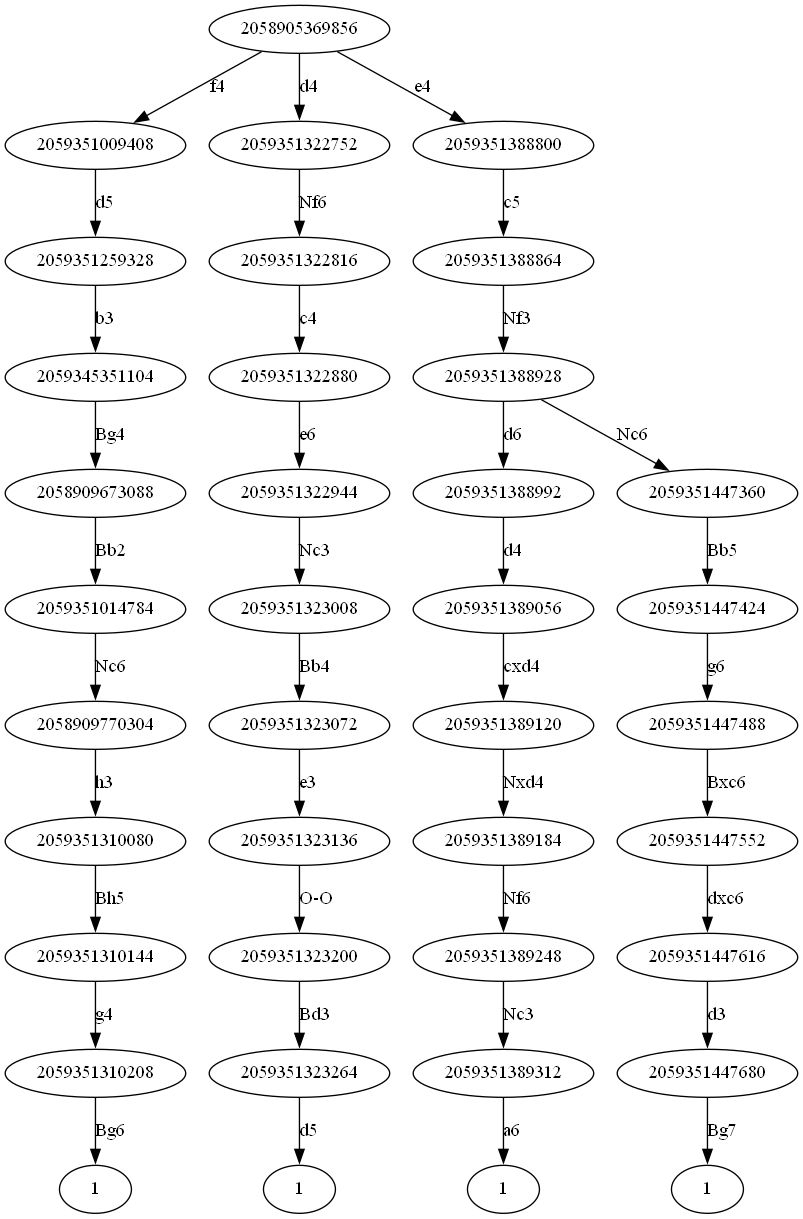
Earlier version of the Graphviz export tree.png (andreasolborg/stockfish-analyzer). Its source is kept beside it as tree.dot.
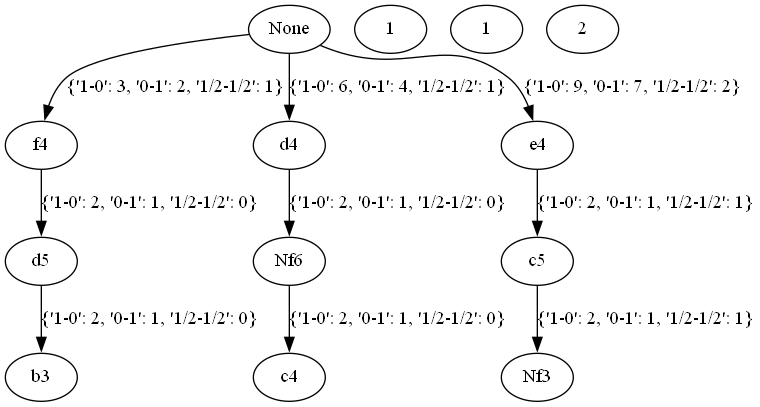
After the commit.

What changed in the source:
```diff
@@ -1,43 +1,14 @@
 digraph G {
-2058905369856 -> 2059351009408 [label="f4"]
-2059351009408 -> 2059351259328 [label="d5"]
-2059351259328 -> 2059345351104 [label="b3"]
-2059345351104 -> 2058909673088 [label="Bg4"]
-2058909673088 -> 2059351014784 [label="Bb2"]
-2059351014784 -> 2058909770304 [label="Nc6"]
-2058909770304 -> 2059351310080 [label="h3"]
-2059351310080 -> 2059351310144 [label="Bh5"]
-2059351310144 -> 2059351310208 [label="g4"]
-2059351310208 -> 2059351310272 [label="Bg6"]
-2059351310272 [label="1"]
-2058905369856 -> 2059351322752 [label="d4"]
-2059351322752 -> 2059351322816 [label="Nf6"]
-2059351322816 -> 2059351322880 [label="c4"]
-2059351322880 -> 2059351322944 [label="e6"]
-2059351322944 -> 2059351323008 [label="Nc3"]
-2059351323008 -> 2059351323072 [label="Bb4"]
-2059351323072 -> 2059351323136 [label="e3"]
-2059351323136 -> 2059351323200 [label="O-O"]
-2059351323200 -> 2059351323264 [label="Bd3"]
-2059351323264 -> 2059351323328 [label="d5"]
-2059351323328 [label="1"]
-2058905369856 -> 2059351388800 [label="e4"]
-2059351388800 -> 2059351388864 [label="c5"]
-2059351388864 -> 2059351388928 [label="Nf3"]
-2059351388928 -> 2059351388992 [label="d6"]
-2059351388992 -> 2059351389056 [label="d4"]
-2059351389056 -> 2059351389120 [label="cxd4"]
-2059351389120 -> 2059351389184 [label="Nxd4"]
-2059351389184 -> 2059351389248 [label="Nf6"]
-2059351389248 -> 2059351389312 [label="Nc3"]
-2059351389312 -> 2059351389376 [label="a6"]
-2059351389376 [label="1"]
-2059351388928 -> 2059351447360 [label="Nc6"]
-2059351447360 -> 2059351447424 [label="Bb5"]
-2059351447424 -> 2059351447488 [label="g6"]
-2059351447488 -> 2059351447552 [label="Bxc6"]
-2059351447552 -> 2059351447616 [label="dxc6"]
-2059351447616 -> 2059351447680 [label="d3"]
-2059351447680 -> 2059351447744 [label="Bg7"]
-2059351447744 [label="1"]
+None -> f4 [label="{'1-0': 3, '0-1': 2, '1/2-1/2': 1}"]
+f4 -> d5 [label="{'1-0': 2, '0-1': 1, '1/2-1/2': 0}"]
+d5 -> b3 [label="{'1-0': 2, '0-1': 1, '1/2-1/2': 0}"]
+2132515597680 [label="1"]
+None -> d4 [label="{'1-0': 6, '0-1': 4, '1/2-1/2': 1}"]
+d4 -> Nf6 [label="{'1-0': 2, '0-1': 1, '1/2-1/2': 0}"]
+Nf6 -> c4 [label="{'1-0': 2, '0-1': 1, '1/2-1/2': 0}"]
+2132515682768 [label="1"]
+None -> e4 [label="{'1-0': 9, '0-1': 7, '1/2-1/2': 2}"]
+e4 -> c5 [label="{'1-0': 2, '0-1': 1, '1/2-1/2': 1}"]
+c5 -> Nf3 [label="{'1-0': 2, '0-1': 1, '1/2-1/2': 1}"]
+2132515855600 [label="2"]
 }
```
